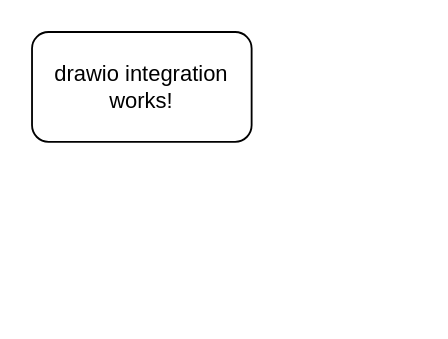
Above: Untitled Diagram.drawio in KucherenkoSerhiy/CvRelieve (draw.io), before the change. Source tidied: cells renumbered, new cells numbered last; positions are measured from the earlier drawing's top-left corner, leaving out a move shared by most shapes. Both pictures are drawn from the tidied source at 183%, with x=0, y=0 at pixel (31, 31).
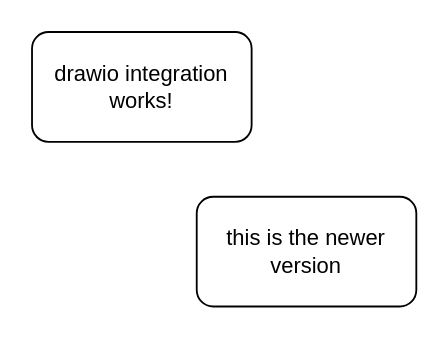
The same page after the edit.

What changed in the source:
```diff
@@
 <mxGraphModel>
   <root>
     <mxCell id="0" />
     <mxCell id="1" parent="0" />
     <mxCell id="2" value="drawio integration works!" style="rounded=1;whiteSpace=wrap;html=1;" parent="1" vertex="1">
       <mxGeometry width="120" height="60" as="geometry" />
     </mxCell>
+    <mxCell id="3" value="this is the newer version" style="rounded=1;whiteSpace=wrap;html=1;" parent="1" vertex="1">
+      <mxGeometry x="90" y="90" width="120" height="60" as="geometry" />
+    </mxCell>
   </root>
 </mxGraphModel>
```
